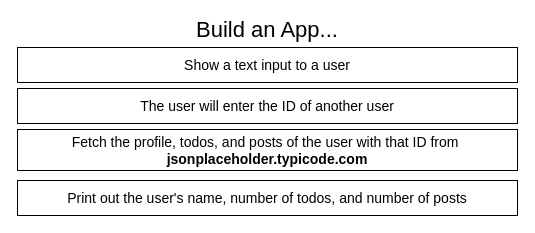
Before: page "13 - app" (13 of 16) of diagrams/wrx/diagrams.drawio in StephenGrider/ng-casts, a draw.io diagram. Source tidied: cells renumbered, new cells numbered last; positions are measured from the earlier drawing's top-left corner, leaving out a move shared by most shapes. Both pictures are drawn from the tidied source at 100%, with x=0, y=0 at pixel (17, 20).
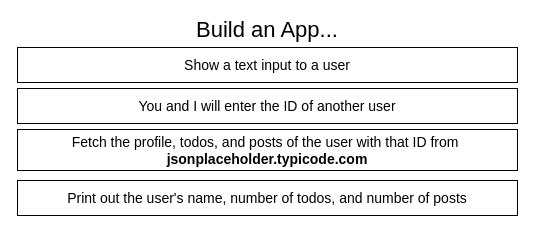
Above is the later version.

The edit, as a diff of the source:
```diff
@@
 <mxGraphModel>
   <root>
     <mxCell id="0" />
     <mxCell id="1" parent="0" />
     <mxCell id="2" value="Build an App..." style="text;html=1;strokeColor=none;fillColor=none;align=center;verticalAlign=middle;whiteSpace=wrap;rounded=0;fontSize=22;" parent="1" vertex="1">
       <mxGeometry x="160" width="180" height="20" as="geometry" />
     </mxCell>
     <mxCell id="3" value="Show a text input to a user" style="rounded=0;whiteSpace=wrap;html=1;fontSize=14;" parent="1" vertex="1">
       <mxGeometry y="27" width="500" height="35" as="geometry" />
     </mxCell>
-    <mxCell id="4" value="The user will enter the ID of another user" style="rounded=0;whiteSpace=wrap;html=1;fontSize=14;" parent="1" vertex="1">
+    <mxCell id="4" value="You and I will enter the ID of another user" style="rounded=0;whiteSpace=wrap;html=1;fontSize=14;" parent="1" vertex="1">
       <mxGeometry y="68" width="500" height="35" as="geometry" />
     </mxCell>
     <mxCell id="5" value="Print out the user's name, number of todos, and number of posts" style="rounded=0;whiteSpace=wrap;html=1;fontSize=14;" parent="1" vertex="1">
       <mxGeometry y="160" width="500" height="35" as="geometry" />
     </mxCell>
     <mxCell id="6" value="Fetch the profile, todos, and posts of the user with that ID from&amp;nbsp;&lt;br&gt;&lt;b&gt;jsonplaceholder.typicode.com&lt;/b&gt;" style="rounded=0;whiteSpace=wrap;html=1;fontSize=14;" parent="1" vertex="1">
       <mxGeometry y="109" width="500" height="41" as="geometry" />
     </mxCell>
   </root>
 </mxGraphModel>
```
